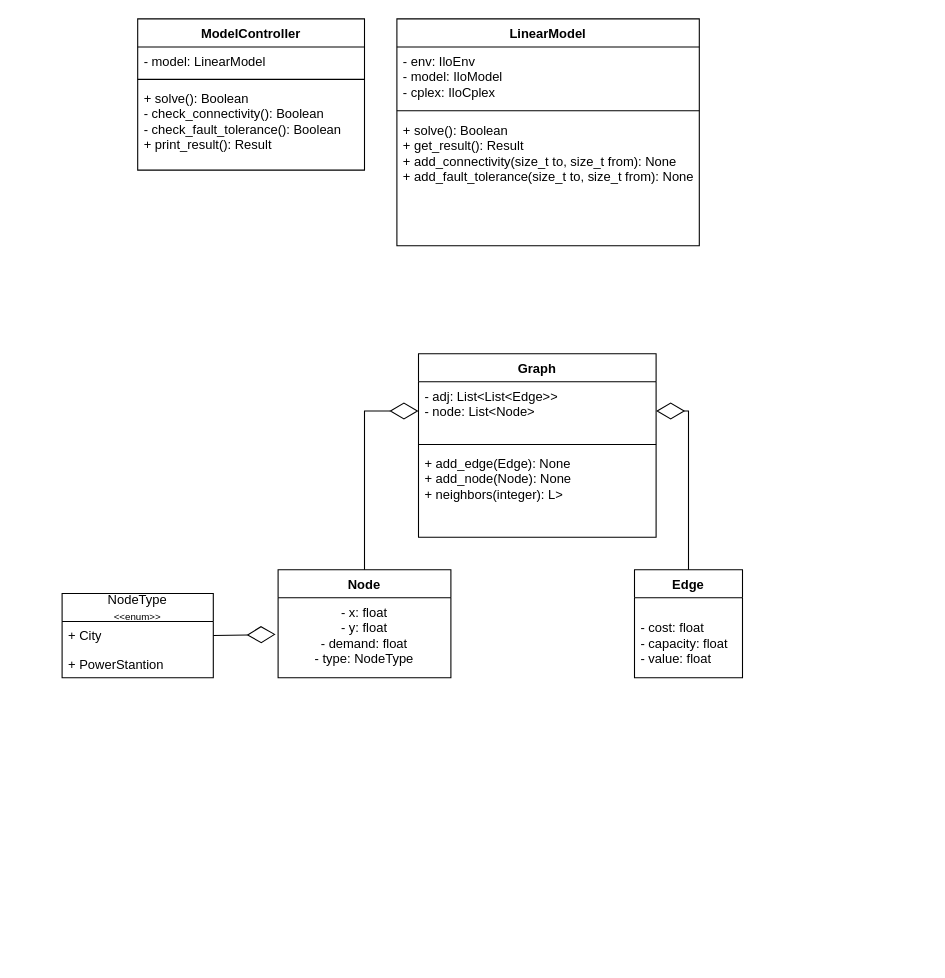
Before: resources/Classes Diagram.drawio in delimeee/network, a draw.io diagram. Source tidied: cells renumbered, new cells numbered last; positions are measured from the earlier drawing's top-left corner, leaving out a move shared by most shapes. Both pictures are drawn from the tidied source at 108%, with x=0, y=0 at pixel (62, 18).
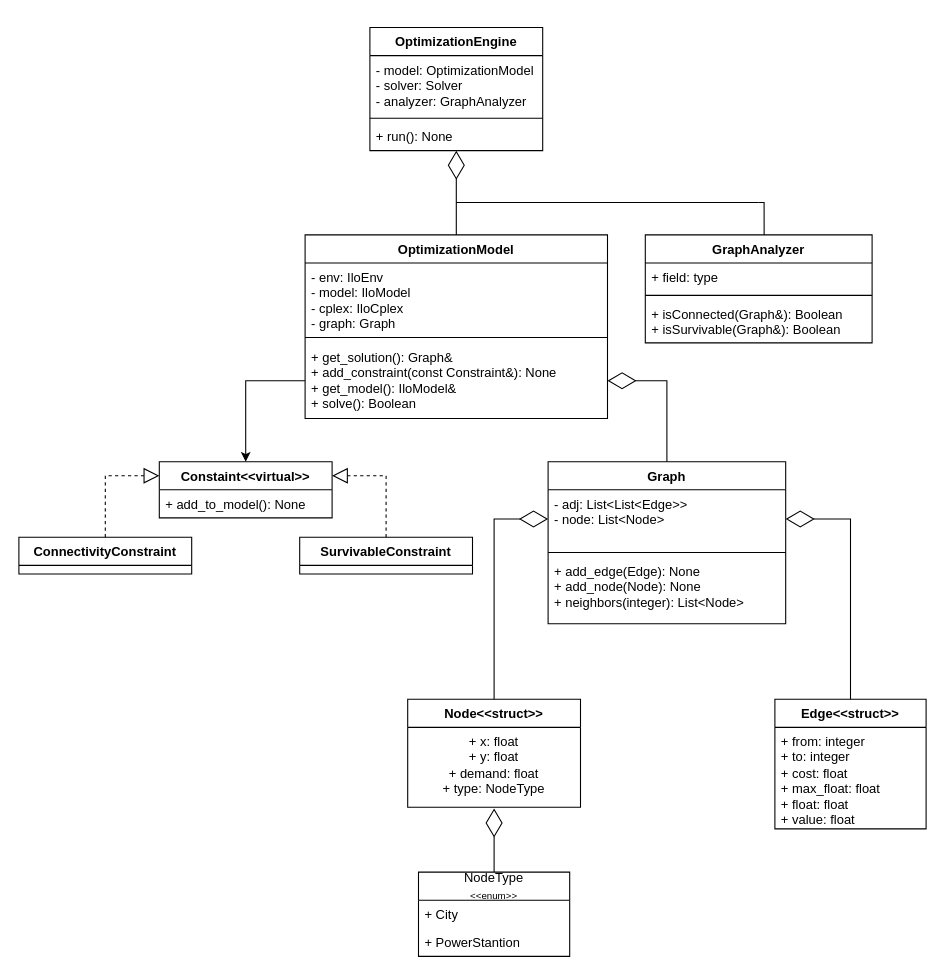
The same page after the edit.

Commit message (it also covers changes not shown here):
Classes Diagram added

Unchanged cells that the change refers to:
```xml
<mxCell id="15" value="- adj: List&amp;lt;List&amp;lt;Edge&amp;gt;&amp;gt;&lt;br&gt;&lt;div&gt;- node: List&amp;lt;Node&amp;gt;&lt;/div&gt;" style="text;strokeColor=none;fillColor=none;align=left;verticalAlign=top;spacingLeft=4;spacingRight=4;overflow=hidden;points=[[0,0.5],[1,0.5]];portConstraint=eastwest;whiteSpace=wrap;html=1;" parent="14" vertex="1">
  <mxGeometry y="26" width="220" height="54" as="geometry" />
</mxCell>
<mxCell id="21" value="+ City" style="text;strokeColor=none;fillColor=none;align=left;verticalAlign=top;spacingLeft=4;spacingRight=4;overflow=hidden;points=[[0,0.5],[1,0.5]];portConstraint=eastwest;whiteSpace=wrap;html=1;" parent="20" vertex="1">
  <mxGeometry y="26" width="140" height="26" as="geometry" />
</mxCell>
```

What changed in the source:
```diff
@@
-    <mxCell id="2" value="LinearModel" style="swimlane;fontStyle=1;align=center;verticalAlign=top;horizontal=1;startSize=26;whiteSpace=wrap;html=1;" parent="1" vertex="1">
-      <mxGeometry x="310" width="280" height="210" as="geometry" />
+    <mxCell id="2" value="OptimizationModel" style="swimlane;fontStyle=1;align=center;verticalAlign=top;horizontal=1;startSize=26;whiteSpace=wrap;html=1;" parent="1" vertex="1">
+      <mxGeometry x="225" y="200" width="280" height="170" as="geometry" />
     </mxCell>
+    <mxCell id="24" style="endArrow=none;html=1;rounded=0;exitX=0.5;exitY=0;exitDx=0;exitDy=0;" parent="2" edge="1" source="2">
+      <mxGeometry relative="1" as="geometry">
+        <mxPoint x="140" y="-50" as="targetPoint" />
+      </mxGeometry>
+    </mxCell>
-    <mxCell id="3" value="- env: IloEnv&lt;div&gt;- model: IloModel&lt;/div&gt;&lt;div&gt;- cplex: IloCplex&lt;/div&gt;" style="text;strokeColor=none;fillColor=none;align=left;verticalAlign=top;spacingLeft=4;spacingRight=4;overflow=hidden;whiteSpace=wrap;html=1;" parent="2" vertex="1">
-      <mxGeometry y="26" width="280" height="54" as="geometry" />
+    <mxCell id="3" value="- env: IloEnv&lt;div&gt;- model: IloModel&lt;/div&gt;&lt;div&gt;- cplex: IloCplex&lt;/div&gt;&lt;div&gt;- graph: Graph&lt;/div&gt;" style="text;strokeColor=none;fillColor=none;align=left;verticalAlign=top;spacingLeft=4;spacingRight=4;overflow=hidden;whiteSpace=wrap;html=1;" parent="2" vertex="1">
+      <mxGeometry y="26" width="280" height="64" as="geometry" />
     </mxCell>
     <mxCell id="4" style="line;strokeWidth=1;fillColor=none;align=left;verticalAlign=middle;spacingTop=-1;spacingLeft=3;spacingRight=3;labelPosition=right;strokeColor=inherit;" parent="2" vertex="1">
-      <mxGeometry y="80" width="280" height="10" as="geometry" />
+      <mxGeometry y="90" width="280" height="10" as="geometry" />
     </mxCell>
-    <mxCell id="5" value="+ solve(): Boolean&lt;div&gt;+ get_result(): Result&lt;/div&gt;&lt;div&gt;+ add_connectivity(size_t to, size_t from): None&lt;/div&gt;&lt;div&gt;+ add_fault_tolerance(size_t to, size_t from): None&lt;/div&gt;" style="text;strokeColor=none;fillColor=none;align=left;verticalAlign=top;spacingLeft=4;spacingRight=4;overflow=hidden;points=[[0,0.5],[1,0.5]];portConstraint=eastwest;whiteSpace=wrap;html=1;" parent="2" vertex="1">
-      <mxGeometry y="90" width="280" height="120" as="geometry" />
+    <mxCell id="5" value="&lt;div&gt;+ get_solution(): Graph&amp;amp;&lt;/div&gt;&lt;div&gt;+ add_constraint(const Constraint&amp;amp;): None&lt;/div&gt;&lt;div&gt;+ get_model(): IloModel&amp;amp;&lt;/div&gt;&lt;div&gt;+ solve(): Boolean&lt;/div&gt;" style="text;strokeColor=none;fillColor=none;align=left;verticalAlign=top;spacingLeft=4;spacingRight=4;overflow=hidden;points=[[0,0.5],[1,0.5]];portConstraint=eastwest;whiteSpace=wrap;html=1;" parent="2" vertex="1">
+      <mxGeometry y="100" width="280" height="70" as="geometry" />
     </mxCell>
-    <mxCell id="6" value="ModelController&lt;div&gt;&lt;br&gt;&lt;/div&gt;" style="swimlane;fontStyle=1;align=center;verticalAlign=top;horizontal=1;startSize=26;whiteSpace=wrap;html=1;" parent="1" vertex="1">
-      <mxGeometry x="70" width="210" height="140" as="geometry" />
-    </mxCell>
-    <mxCell id="7" value="- model: LinearModel" style="text;strokeColor=none;fillColor=none;align=left;verticalAlign=top;spacingLeft=4;spacingRight=4;overflow=hidden;whiteSpace=wrap;html=1;" parent="6" vertex="1">
-      <mxGeometry y="26" width="210" height="26" as="geometry" />
-    </mxCell>
-    <mxCell id="8" style="line;strokeWidth=1;fillColor=none;align=left;verticalAlign=middle;spacingTop=-1;spacingLeft=3;spacingRight=3;labelPosition=right;strokeColor=inherit;" parent="6" vertex="1">
-      <mxGeometry y="52" width="210" height="8" as="geometry" />
-    </mxCell>
-    <mxCell id="9" value="+ solve(): Boolean&lt;div&gt;- check_connectivity(): Boolean&lt;/div&gt;&lt;div&gt;- check_fault_tolerance(): Boolean&lt;/div&gt;&lt;div&gt;+ print_result(): Result&lt;/div&gt;&lt;div&gt;&lt;br&gt;&lt;/div&gt;" style="text;strokeColor=none;fillColor=none;align=left;verticalAlign=top;spacingLeft=4;spacingRight=4;overflow=hidden;whiteSpace=wrap;html=1;" parent="6" vertex="1">
-      <mxGeometry y="60" width="210" height="80" as="geometry" />
-    </mxCell>
-    <mxCell id="10" value="Node" style="swimlane;fontStyle=1;align=center;verticalAlign=top;horizontal=1;startSize=26;whiteSpace=wrap;html=1;" parent="1" vertex="1">
-      <mxGeometry x="200" y="510" width="160" height="100" as="geometry" />
+    <mxCell id="10" value="Node&amp;lt;&amp;lt;struct&amp;gt;&amp;gt;" style="swimlane;fontStyle=1;align=center;verticalAlign=top;horizontal=1;startSize=26;whiteSpace=wrap;html=1;" parent="1" vertex="1">
+      <mxGeometry x="320" y="630" width="160" height="100" as="geometry" />
     </mxCell>
-    <mxCell id="11" value="- x: float&lt;div&gt;- y: float&lt;/div&gt;&lt;div&gt;- demand: float&lt;/div&gt;&lt;div&gt;- type: NodeType&lt;/div&gt;" style="text;strokeColor=none;fillColor=none;align=center;verticalAlign=top;spacingLeft=4;spacingRight=4;overflow=hidden;points=[[0,0.5],[1,0.5]];portConstraint=eastwest;whiteSpace=wrap;html=1;" parent="10" vertex="1">
+    <mxCell id="11" value="+ x: float&lt;div&gt;+ y: float&lt;/div&gt;&lt;div&gt;+ demand: float&lt;/div&gt;&lt;div&gt;+ type: NodeType&lt;/div&gt;" style="text;strokeColor=none;fillColor=none;align=center;verticalAlign=top;spacingLeft=4;spacingRight=4;overflow=hidden;points=[[0,0.5],[1,0.5]];portConstraint=eastwest;whiteSpace=wrap;html=1;" parent="10" vertex="1">
       <mxGeometry y="26" width="160" height="74" as="geometry" />
     </mxCell>
-    <mxCell id="12" value="Edge" style="swimlane;fontStyle=1;align=center;verticalAlign=top;horizontal=1;startSize=26;whiteSpace=wrap;html=1;" parent="1" vertex="1">
-      <mxGeometry x="530" y="510" width="100" height="100" as="geometry" />
+    <mxCell id="12" value="Edge&amp;lt;&amp;lt;struct&amp;gt;&amp;gt;" style="swimlane;fontStyle=1;align=center;verticalAlign=top;horizontal=1;startSize=26;whiteSpace=wrap;html=1;" parent="1" vertex="1">
+      <mxGeometry x="660" y="630" width="140" height="120" as="geometry" />
     </mxCell>
-    <mxCell id="13" value="&lt;br&gt;&lt;div&gt;- cost: float&lt;/div&gt;&lt;div&gt;- capacity: float&lt;/div&gt;&lt;div&gt;- value: float&lt;/div&gt;" style="text;strokeColor=none;fillColor=none;align=left;verticalAlign=top;spacingLeft=4;spacingRight=4;overflow=hidden;whiteSpace=wrap;html=1;" parent="12" vertex="1">
-      <mxGeometry y="26" width="100" height="74" as="geometry" />
+    <mxCell id="13" value="+ from: integer&lt;div&gt;+ to: integer&lt;br&gt;&lt;div&gt;+ cost: float&lt;/div&gt;&lt;div&gt;+ max_float: float&lt;/div&gt;&lt;div&gt;+ float: float&lt;/div&gt;&lt;div&gt;+ value: float&lt;/div&gt;&lt;/div&gt;" style="text;strokeColor=none;fillColor=none;align=left;verticalAlign=top;spacingLeft=4;spacingRight=4;overflow=hidden;whiteSpace=wrap;html=1;" parent="12" vertex="1">
+      <mxGeometry y="26" width="140" height="94" as="geometry" />
     </mxCell>
     <mxCell id="14" value="Graph" style="swimlane;fontStyle=1;align=center;verticalAlign=top;horizontal=1;startSize=26;whiteSpace=wrap;html=1;" parent="1" vertex="1">
-      <mxGeometry x="330" y="310" width="220" height="170" as="geometry" />
+      <mxGeometry x="450" y="410" width="220" height="150" as="geometry" />
     </mxCell>
@@
-    <mxCell id="17" value="+ add_edge(Edge): None&lt;div&gt;+ add_node(Node): None&lt;/div&gt;&lt;div&gt;+ neighbors(integer): L&amp;gt;&amp;nbsp;&lt;/div&gt;" style="text;strokeColor=none;fillColor=none;align=left;verticalAlign=top;spacingLeft=4;spacingRight=4;overflow=hidden;whiteSpace=wrap;html=1;" parent="14" vertex="1">
-      <mxGeometry y="88" width="220" height="82" as="geometry" />
+    <mxCell id="17" value="+ add_edge(Edge): None&lt;div&gt;+ add_node(Node): None&lt;/div&gt;&lt;div&gt;+ neighbors(integer): List&amp;lt;Node&amp;gt;&lt;/div&gt;" style="text;strokeColor=none;fillColor=none;align=left;verticalAlign=top;spacingLeft=4;spacingRight=4;overflow=hidden;whiteSpace=wrap;html=1;" parent="14" vertex="1">
+      <mxGeometry y="88" width="220" height="62" as="geometry" />
     </mxCell>
     <mxCell id="18" style="endArrow=diamondThin;endFill=0;endSize=24;html=1;rounded=0;entryX=0;entryY=0.5;entryDx=0;entryDy=0;exitX=0.5;exitY=0;exitDx=0;exitDy=0;" parent="1" edge="1" source="10" target="15">
       <mxGeometry relative="1" as="geometry">
         <Array as="points">
-          <mxPoint x="280" y="363" />
+          <mxPoint x="400" y="463" />
         </Array>
       </mxGeometry>
     </mxCell>
     <mxCell id="19" style="endArrow=diamondThin;endFill=0;endSize=24;html=1;rounded=0;entryX=1;entryY=0.5;entryDx=0;entryDy=0;exitX=0.5;exitY=0;exitDx=0;exitDy=0;" parent="1" edge="1" source="12" target="15">
       <mxGeometry relative="1" as="geometry">
         <Array as="points">
-          <mxPoint x="580" y="363" />
+          <mxPoint x="730" y="463" />
         </Array>
       </mxGeometry>
     </mxCell>
     <mxCell id="20" value="NodeType&lt;div&gt;&lt;font style=&quot;font-size: 9px;&quot;&gt;&amp;lt;&amp;lt;enum&amp;gt;&amp;gt;&lt;/font&gt;&lt;/div&gt;" style="swimlane;fontStyle=0;horizontal=1;startSize=26;fillColor=none;whiteSpace=wrap;html=1;" parent="1" vertex="1">
-      <mxGeometry y="532" width="140" height="78" as="geometry" />
+      <mxGeometry x="330" y="790" width="140" height="78" as="geometry" />
     </mxCell>
@@
-    <mxCell id="23" style="endArrow=diamondThin;endFill=0;endSize=24;html=1;rounded=0;entryX=-0.014;entryY=0.458;entryDx=0;entryDy=0;exitX=1;exitY=0.5;exitDx=0;exitDy=0;entryPerimeter=0;" parent="1" edge="1" source="21" target="11">
-      <mxGeometry relative="1" as="geometry" />
-    </mxCell>
+    <mxCell id="25" value="Constaint&amp;lt;&amp;lt;virtual&amp;gt;&amp;gt;" style="swimlane;fontStyle=1;align=center;verticalAlign=top;horizontal=1;startSize=26;whiteSpace=wrap;html=1;" parent="1" vertex="1">
+      <mxGeometry x="90" y="410" width="160" height="52" as="geometry" />
+    </mxCell>
+    <mxCell id="26" value="+ add_to_model(): None" style="text;strokeColor=none;fillColor=none;align=left;verticalAlign=top;spacingLeft=4;spacingRight=4;overflow=hidden;whiteSpace=wrap;html=1;" parent="25" vertex="1">
+      <mxGeometry y="26" width="160" height="26" as="geometry" />
+    </mxCell>
+    <mxCell id="27" value="ConnectivityConstraint" style="swimlane;fontStyle=1;align=center;verticalAlign=top;horizontal=1;startSize=26;whiteSpace=wrap;html=1;" parent="1" vertex="1">
+      <mxGeometry x="-40" y="480" width="160" height="34" as="geometry" />
+    </mxCell>
+    <mxCell id="28" value="SurvivableConstraint" style="swimlane;fontStyle=1;align=center;verticalAlign=top;horizontal=1;startSize=26;whiteSpace=wrap;html=1;" parent="1" vertex="1">
+      <mxGeometry x="220" y="480" width="160" height="34" as="geometry" />
+    </mxCell>
+    <mxCell id="29" value="OptimizationEngine" style="swimlane;fontStyle=1;align=center;verticalAlign=top;horizontal=1;startSize=26;whiteSpace=wrap;html=1;" parent="1" vertex="1">
+      <mxGeometry x="285" y="8" width="160" height="114" as="geometry" />
+    </mxCell>
+    <mxCell id="30" value="- model: OptimizationModel&lt;div&gt;- solver: Solver&lt;/div&gt;&lt;div&gt;- analyzer: GraphAnalyzer&lt;/div&gt;" style="text;strokeColor=none;fillColor=none;align=left;verticalAlign=top;spacingLeft=4;spacingRight=4;overflow=hidden;whiteSpace=wrap;html=1;" parent="29" vertex="1">
+      <mxGeometry y="26" width="160" height="54" as="geometry" />
+    </mxCell>
+    <mxCell id="31" style="line;strokeWidth=1;fillColor=none;align=left;verticalAlign=middle;spacingTop=-1;spacingLeft=3;spacingRight=3;labelPosition=right;strokeColor=inherit;" parent="29" vertex="1">
+      <mxGeometry y="80" width="160" height="8" as="geometry" />
+    </mxCell>
+    <mxCell id="32" value="+ run(): None&amp;nbsp;" style="text;strokeColor=none;fillColor=none;align=left;verticalAlign=top;spacingLeft=4;spacingRight=4;overflow=hidden;whiteSpace=wrap;html=1;" parent="29" vertex="1">
+      <mxGeometry y="88" width="160" height="26" as="geometry" />
+    </mxCell>
+    <mxCell id="33" value="GraphAnalyzer" style="swimlane;fontStyle=1;align=center;verticalAlign=top;horizontal=1;startSize=26;whiteSpace=wrap;html=1;" parent="1" vertex="1">
+      <mxGeometry x="540" y="200" width="210" height="100" as="geometry" />
+    </mxCell>
+    <mxCell id="34" value="+ field: type" style="text;strokeColor=none;fillColor=none;align=left;verticalAlign=top;spacingLeft=4;spacingRight=4;overflow=hidden;whiteSpace=wrap;html=1;" parent="33" vertex="1">
+      <mxGeometry y="26" width="210" height="26" as="geometry" />
+    </mxCell>
+    <mxCell id="8" style="line;strokeWidth=1;fillColor=none;align=left;verticalAlign=middle;spacingTop=-1;spacingLeft=3;spacingRight=3;labelPosition=right;strokeColor=inherit;" parent="33" vertex="1">
+      <mxGeometry y="52" width="210" height="8" as="geometry" />
+    </mxCell>
+    <mxCell id="35" value="+ isConnected(Graph&amp;amp;): Boolean&lt;div&gt;+ isSurvivable(Graph&amp;amp;): Boolean&lt;/div&gt;" style="text;strokeColor=none;fillColor=none;align=left;verticalAlign=top;spacingLeft=4;spacingRight=4;overflow=hidden;whiteSpace=wrap;html=1;" parent="33" vertex="1">
+      <mxGeometry y="60" width="210" height="40" as="geometry" />
+    </mxCell>
+    <mxCell id="36" style="endArrow=block;dashed=1;endFill=0;endSize=12;html=1;rounded=0;exitX=0.5;exitY=0;exitDx=0;exitDy=0;entryX=0;entryY=0.25;entryDx=0;entryDy=0;" parent="1" edge="1" source="27" target="25">
+      <mxGeometry relative="1" as="geometry">
+        <Array as="points">
+          <mxPoint x="40" y="423" />
+        </Array>
+      </mxGeometry>
+    </mxCell>
+    <mxCell id="37" style="endArrow=block;dashed=1;endFill=0;endSize=12;html=1;rounded=0;entryX=1;entryY=0.25;entryDx=0;entryDy=0;exitX=0.5;exitY=0;exitDx=0;exitDy=0;" parent="1" edge="1" source="28" target="25">
+      <mxGeometry relative="1" as="geometry">
+        <Array as="points">
+          <mxPoint x="300" y="423" />
+        </Array>
+      </mxGeometry>
+    </mxCell>
+    <mxCell id="38" style="endArrow=none;html=1;rounded=0;" parent="1" edge="1">
+      <mxGeometry relative="1" as="geometry">
+        <mxPoint x="365" y="170" as="sourcePoint" />
+        <mxPoint x="645" y="170" as="targetPoint" />
+      </mxGeometry>
+    </mxCell>
+    <mxCell id="39" style="endArrow=none;html=1;rounded=0;exitX=0.524;exitY=0;exitDx=0;exitDy=0;exitPerimeter=0;" parent="1" edge="1" source="33">
+      <mxGeometry relative="1" as="geometry">
+        <mxPoint x="645" y="170" as="targetPoint" />
+        <Array as="points">
+          <mxPoint x="650" y="170" />
+        </Array>
+      </mxGeometry>
+    </mxCell>
+    <mxCell id="40" style="endArrow=diamondThin;endFill=0;endSize=24;html=1;rounded=0;entryX=0.5;entryY=1;entryDx=0;entryDy=0;" parent="1" edge="1" target="29">
+      <mxGeometry relative="1" as="geometry">
+        <mxPoint x="365" y="150" as="sourcePoint" />
+      </mxGeometry>
+    </mxCell>
+    <mxCell id="41" style="edgeStyle=orthogonalEdgeStyle;rounded=0;jettySize=auto;html=1;entryX=0.5;entryY=0;entryDx=0;entryDy=0;" parent="1" edge="1" source="5" target="25">
+      <mxGeometry relative="1" as="geometry" />
+    </mxCell>
+    <mxCell id="42" style="endArrow=diamondThin;endFill=0;endSize=24;html=1;rounded=0;entryX=1;entryY=0.5;entryDx=0;entryDy=0;exitX=0.5;exitY=0;exitDx=0;exitDy=0;" parent="1" edge="1" source="14" target="5">
+      <mxGeometry relative="1" as="geometry">
+        <Array as="points">
+          <mxPoint x="560" y="335" />
+        </Array>
+      </mxGeometry>
+    </mxCell>
+    <mxCell id="43" style="endArrow=diamondThin;endFill=0;endSize=24;html=1;rounded=0;exitX=0.5;exitY=0;exitDx=0;exitDy=0;" parent="1" edge="1" source="20">
+      <mxGeometry relative="1" as="geometry">
+        <mxPoint x="400" y="731" as="targetPoint" />
+      </mxGeometry>
+    </mxCell>
```
